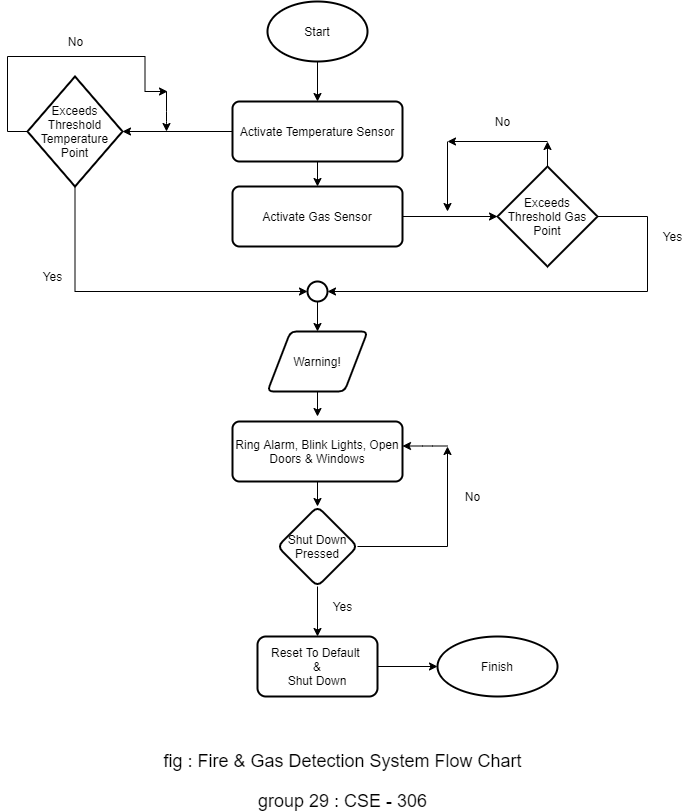
Earlier version of the draw.io export 306-flowdiagram.png (shadreza/CSE-306__Flame-GasDetectingSystem). Source tidied: cells renumbered, new cells last; positions are measured from the earlier drawing's top-left corner, leaving out a move shared by most shapes. Source of this version:
```xml
<mxGraphModel>
  <root>
    <mxCell id="0" />
    <mxCell id="1" parent="0" />
    <mxCell id="2" style="edgeStyle=orthogonalEdgeStyle;rounded=0;jettySize=auto;html=1;exitX=0.5;exitY=1;exitDx=0;exitDy=0;exitPerimeter=0;entryX=0.5;entryY=0;entryDx=0;entryDy=0;" parent="1" edge="1" source="3" target="6">
      <mxGeometry relative="1" as="geometry" />
    </mxCell>
    <mxCell id="3" value="Start" style="strokeWidth=2;html=1;shape=mxgraph.flowchart.start_1;whiteSpace=wrap;" parent="1" vertex="1">
      <mxGeometry x="240" width="100" height="60" as="geometry" />
    </mxCell>
    <mxCell id="4" style="edgeStyle=orthogonalEdgeStyle;rounded=0;jettySize=auto;html=1;exitX=0;exitY=0.5;exitDx=0;exitDy=0;entryX=1;entryY=0.5;entryDx=0;entryDy=0;entryPerimeter=0;" parent="1" edge="1" source="6" target="11">
      <mxGeometry relative="1" as="geometry" />
    </mxCell>
    <mxCell id="5" style="edgeStyle=orthogonalEdgeStyle;rounded=0;jettySize=auto;html=1;exitX=0.5;exitY=1;exitDx=0;exitDy=0;entryX=0.5;entryY=0;entryDx=0;entryDy=0;" parent="1" edge="1" source="6" target="8">
      <mxGeometry relative="1" as="geometry" />
    </mxCell>
    <mxCell id="6" value="Activate Temperature Sensor" style="rounded=1;whiteSpace=wrap;html=1;absoluteArcSize=1;arcSize=14;strokeWidth=2;" parent="1" vertex="1">
      <mxGeometry x="205" y="100" width="170" height="60" as="geometry" />
    </mxCell>
    <mxCell id="7" style="edgeStyle=orthogonalEdgeStyle;rounded=0;jettySize=auto;html=1;exitX=1;exitY=0.5;exitDx=0;exitDy=0;entryX=0;entryY=0.5;entryDx=0;entryDy=0;entryPerimeter=0;" parent="1" edge="1" source="8" target="14">
      <mxGeometry relative="1" as="geometry" />
    </mxCell>
    <mxCell id="8" value="Activate Gas Sensor" style="rounded=1;whiteSpace=wrap;html=1;absoluteArcSize=1;arcSize=14;strokeWidth=2;" parent="1" vertex="1">
      <mxGeometry x="205" y="185" width="170" height="60" as="geometry" />
    </mxCell>
    <mxCell id="9" style="edgeStyle=orthogonalEdgeStyle;rounded=0;jettySize=auto;html=1;exitX=0;exitY=0.5;exitDx=0;exitDy=0;exitPerimeter=0;" parent="1" edge="1" source="11">
      <mxGeometry relative="1" as="geometry">
        <mxPoint x="140" y="90" as="targetPoint" />
      </mxGeometry>
    </mxCell>
    <mxCell id="10" style="edgeStyle=orthogonalEdgeStyle;rounded=0;jettySize=auto;html=1;exitX=0.5;exitY=1;exitDx=0;exitDy=0;exitPerimeter=0;entryX=0;entryY=0.5;entryDx=0;entryDy=0;entryPerimeter=0;" parent="1" edge="1" source="11" target="33">
      <mxGeometry relative="1" as="geometry" />
    </mxCell>
    <mxCell id="11" value="Exceeds Threshold Temperature Point" style="strokeWidth=2;html=1;shape=mxgraph.flowchart.decision;whiteSpace=wrap;" parent="1" vertex="1">
      <mxGeometry y="75" width="95" height="110" as="geometry" />
    </mxCell>
    <mxCell id="12" style="edgeStyle=orthogonalEdgeStyle;rounded=0;jettySize=auto;html=1;exitX=1;exitY=0.5;exitDx=0;exitDy=0;exitPerimeter=0;entryX=1;entryY=0.5;entryDx=0;entryDy=0;entryPerimeter=0;" parent="1" edge="1" source="14" target="33">
      <mxGeometry relative="1" as="geometry">
        <Array as="points">
          <mxPoint x="620" y="215" />
          <mxPoint x="620" y="290" />
        </Array>
      </mxGeometry>
    </mxCell>
    <mxCell id="13" style="edgeStyle=orthogonalEdgeStyle;rounded=0;jettySize=auto;html=1;exitX=0.5;exitY=0;exitDx=0;exitDy=0;exitPerimeter=0;" parent="1" edge="1" source="14">
      <mxGeometry relative="1" as="geometry">
        <mxPoint x="520" y="140" as="targetPoint" />
      </mxGeometry>
    </mxCell>
    <mxCell id="14" value="&lt;span&gt;Exceeds Threshold Gas Point&lt;/span&gt;" style="strokeWidth=2;html=1;shape=mxgraph.flowchart.decision;whiteSpace=wrap;" parent="1" vertex="1">
      <mxGeometry x="470" y="165" width="100" height="100" as="geometry" />
    </mxCell>
    <mxCell id="15" value="No" style="text;html=1;align=center;verticalAlign=middle;strokeColor=none;" parent="1" vertex="1">
      <mxGeometry x="460" y="110" width="30" height="20" as="geometry" />
    </mxCell>
    <mxCell id="16" value="No" style="text;html=1;align=center;verticalAlign=middle;strokeColor=none;" parent="1" vertex="1">
      <mxGeometry x="32.5" y="30" width="30" height="20" as="geometry" />
    </mxCell>
    <mxCell id="17" style="edgeStyle=orthogonalEdgeStyle;rounded=0;jettySize=auto;html=1;exitX=0.5;exitY=1;exitDx=0;exitDy=0;entryX=0.5;entryY=0;entryDx=0;entryDy=0;" parent="1" edge="1" source="18">
      <mxGeometry relative="1" as="geometry">
        <mxPoint x="290" y="415" as="targetPoint" />
      </mxGeometry>
    </mxCell>
    <mxCell id="18" value="Warning!" style="shape=parallelogram;html=1;strokeWidth=2;perimeter=parallelogramPerimeter;whiteSpace=wrap;rounded=1;arcSize=12;size=0.23;" parent="1" vertex="1">
      <mxGeometry x="240" y="330" width="100" height="60" as="geometry" />
    </mxCell>
    <mxCell id="19" value="Yes" style="text;html=1;align=center;verticalAlign=middle;strokeColor=none;" parent="1" vertex="1">
      <mxGeometry x="10" y="265" width="30" height="20" as="geometry" />
    </mxCell>
    <mxCell id="20" value="Yes" style="text;html=1;align=center;verticalAlign=middle;strokeColor=none;" parent="1" vertex="1">
      <mxGeometry x="630" y="225" width="30" height="20" as="geometry" />
    </mxCell>
    <mxCell id="21" style="edgeStyle=orthogonalEdgeStyle;rounded=0;jettySize=auto;html=1;" parent="1" edge="1" target="25">
      <mxGeometry relative="1" as="geometry">
        <mxPoint x="290" y="475" as="sourcePoint" />
      </mxGeometry>
    </mxCell>
    <mxCell id="22" value="Ring Alarm, Blink Lights, Open Doors &amp;amp; Windows" style="rounded=1;whiteSpace=wrap;html=1;absoluteArcSize=1;arcSize=14;strokeWidth=2;" parent="1" vertex="1">
      <mxGeometry x="205" y="420" width="170" height="60" as="geometry" />
    </mxCell>
    <mxCell id="23" style="edgeStyle=orthogonalEdgeStyle;rounded=0;jettySize=auto;html=1;" parent="1" edge="1" source="25" target="29">
      <mxGeometry relative="1" as="geometry" />
    </mxCell>
    <mxCell id="24" style="edgeStyle=orthogonalEdgeStyle;rounded=0;jettySize=auto;html=1;exitX=1;exitY=0.5;exitDx=0;exitDy=0;" parent="1" edge="1" source="25">
      <mxGeometry relative="1" as="geometry">
        <mxPoint x="420" y="445" as="targetPoint" />
      </mxGeometry>
    </mxCell>
    <mxCell id="25" value="Shut Down Pressed" style="rhombus;whiteSpace=wrap;html=1;rounded=1;strokeWidth=2;arcSize=14;" parent="1" vertex="1">
      <mxGeometry x="250" y="505" width="80" height="80" as="geometry" />
    </mxCell>
    <mxCell id="26" value="Yes" style="text;html=1;align=center;verticalAlign=middle;strokeColor=none;" parent="1" vertex="1">
      <mxGeometry x="300" y="595" width="30" height="20" as="geometry" />
    </mxCell>
    <mxCell id="27" value="Finish" style="ellipse;whiteSpace=wrap;html=1;rounded=1;strokeWidth=2;arcSize=14;" parent="1" vertex="1">
      <mxGeometry x="410" y="635" width="120" height="60" as="geometry" />
    </mxCell>
    <mxCell id="28" style="edgeStyle=orthogonalEdgeStyle;rounded=0;jettySize=auto;html=1;entryX=0;entryY=0.5;entryDx=0;entryDy=0;" parent="1" edge="1" source="29" target="27">
      <mxGeometry relative="1" as="geometry" />
    </mxCell>
    <mxCell id="29" value="Reset To Default &lt;br&gt;&amp;amp;&lt;br&gt;Shut Down" style="whiteSpace=wrap;html=1;rounded=1;strokeWidth=2;arcSize=14;" parent="1" vertex="1">
      <mxGeometry x="230" y="635" width="120" height="60" as="geometry" />
    </mxCell>
    <mxCell id="30" style="endArrow=classic;html=1;" parent="1" edge="1">
      <mxGeometry relative="1" as="geometry">
        <mxPoint x="420" y="444.5" as="sourcePoint" />
        <mxPoint x="375" y="444.5" as="targetPoint" />
        <Array as="points">
          <mxPoint x="405" y="444.5" />
        </Array>
      </mxGeometry>
    </mxCell>
    <mxCell id="31" value="No" style="text;html=1;align=center;verticalAlign=middle;strokeColor=none;" parent="1" vertex="1">
      <mxGeometry x="430" y="485" width="30" height="20" as="geometry" />
    </mxCell>
    <mxCell id="32" style="edgeStyle=orthogonalEdgeStyle;rounded=0;jettySize=auto;html=1;exitX=0.5;exitY=1;exitDx=0;exitDy=0;exitPerimeter=0;entryX=0.5;entryY=0;entryDx=0;entryDy=0;" parent="1" edge="1" source="33" target="18">
      <mxGeometry relative="1" as="geometry" />
    </mxCell>
    <mxCell id="33" style="strokeWidth=2;html=1;shape=mxgraph.flowchart.start_2;whiteSpace=wrap;" parent="1" vertex="1">
      <mxGeometry x="280" y="280" width="20" height="20" as="geometry" />
    </mxCell>
    <mxCell id="34" value="&lt;font style=&quot;font-size: 18px&quot;&gt;fig : Fire &amp;amp; Gas Detection System Flow Chart&lt;/font&gt;" style="text;html=1;align=center;verticalAlign=middle;strokeColor=none;" parent="1" vertex="1">
      <mxGeometry x="130" y="750" width="370" height="20" as="geometry" />
    </mxCell>
    <mxCell id="35" value="&lt;font style=&quot;font-size: 18px&quot;&gt;group 29 : CSE - 306&lt;/font&gt;" style="text;html=1;align=center;verticalAlign=middle;strokeColor=none;" parent="1" vertex="1">
      <mxGeometry x="225" y="790" width="180" height="20" as="geometry" />
    </mxCell>
    <mxCell id="36" style="endArrow=classic;html=1;" parent="1" edge="1">
      <mxGeometry relative="1" as="geometry">
        <mxPoint x="520" y="140" as="sourcePoint" />
        <mxPoint x="420" y="140" as="targetPoint" />
        <Array as="points">
          <mxPoint x="420" y="140" />
        </Array>
      </mxGeometry>
    </mxCell>
    <mxCell id="37" style="endArrow=classic;html=1;" parent="1" edge="1">
      <mxGeometry relative="1" as="geometry">
        <mxPoint x="420" y="140" as="sourcePoint" />
        <mxPoint x="420" y="210" as="targetPoint" />
      </mxGeometry>
    </mxCell>
    <mxCell id="38" style="endArrow=classic;html=1;" parent="1" edge="1">
      <mxGeometry relative="1" as="geometry">
        <mxPoint x="139" y="90" as="sourcePoint" />
        <mxPoint x="139" y="130" as="targetPoint" />
        <Array as="points">
          <mxPoint x="139" y="120" />
        </Array>
      </mxGeometry>
    </mxCell>
  </root>
</mxGraphModel>
```
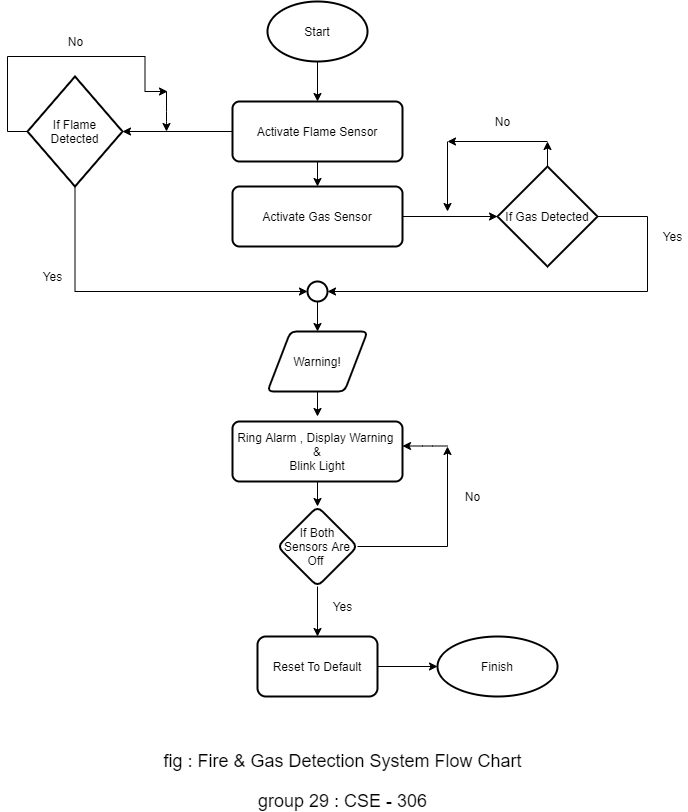
After the commit.

What changed in the source:
```diff
@@ -14,7 +14,7 @@
     <mxCell id="5" style="edgeStyle=orthogonalEdgeStyle;rounded=0;jettySize=auto;html=1;exitX=0.5;exitY=1;exitDx=0;exitDy=0;entryX=0.5;entryY=0;entryDx=0;entryDy=0;" parent="1" edge="1" source="6" target="8">
       <mxGeometry relative="1" as="geometry" />
     </mxCell>
-    <mxCell id="6" value="Activate Temperature Sensor" style="rounded=1;whiteSpace=wrap;html=1;absoluteArcSize=1;arcSize=14;strokeWidth=2;" parent="1" vertex="1">
+    <mxCell id="6" value="Activate Flame Sensor" style="rounded=1;whiteSpace=wrap;html=1;absoluteArcSize=1;arcSize=14;strokeWidth=2;" parent="1" vertex="1">
       <mxGeometry x="205" y="100" width="170" height="60" as="geometry" />
     </mxCell>
     <mxCell id="7" style="edgeStyle=orthogonalEdgeStyle;rounded=0;jettySize=auto;html=1;exitX=1;exitY=0.5;exitDx=0;exitDy=0;entryX=0;entryY=0.5;entryDx=0;entryDy=0;entryPerimeter=0;" parent="1" edge="1" source="8" target="14">
@@ -31,7 +31,7 @@
     <mxCell id="10" style="edgeStyle=orthogonalEdgeStyle;rounded=0;jettySize=auto;html=1;exitX=0.5;exitY=1;exitDx=0;exitDy=0;exitPerimeter=0;entryX=0;entryY=0.5;entryDx=0;entryDy=0;entryPerimeter=0;" parent="1" edge="1" source="11" target="33">
       <mxGeometry relative="1" as="geometry" />
     </mxCell>
-    <mxCell id="11" value="Exceeds Threshold Temperature Point" style="strokeWidth=2;html=1;shape=mxgraph.flowchart.decision;whiteSpace=wrap;" parent="1" vertex="1">
+    <mxCell id="11" value="If Flame Detected" style="strokeWidth=2;html=1;shape=mxgraph.flowchart.decision;whiteSpace=wrap;" parent="1" vertex="1">
       <mxGeometry y="75" width="95" height="110" as="geometry" />
     </mxCell>
     <mxCell id="12" style="edgeStyle=orthogonalEdgeStyle;rounded=0;jettySize=auto;html=1;exitX=1;exitY=0.5;exitDx=0;exitDy=0;exitPerimeter=0;entryX=1;entryY=0.5;entryDx=0;entryDy=0;entryPerimeter=0;" parent="1" edge="1" source="14" target="33">
@@ -47,7 +47,7 @@
         <mxPoint x="520" y="140" as="targetPoint" />
       </mxGeometry>
     </mxCell>
-    <mxCell id="14" value="&lt;span&gt;Exceeds Threshold Gas Point&lt;/span&gt;" style="strokeWidth=2;html=1;shape=mxgraph.flowchart.decision;whiteSpace=wrap;" parent="1" vertex="1">
+    <mxCell id="14" value="&lt;span&gt;If Gas Detected&lt;/span&gt;" style="strokeWidth=2;html=1;shape=mxgraph.flowchart.decision;whiteSpace=wrap;" parent="1" vertex="1">
       <mxGeometry x="470" y="165" width="100" height="100" as="geometry" />
     </mxCell>
     <mxCell id="15" value="No" style="text;html=1;align=center;verticalAlign=middle;strokeColor=none;" parent="1" vertex="1">
@@ -75,7 +75,7 @@
         <mxPoint x="290" y="475" as="sourcePoint" />
       </mxGeometry>
     </mxCell>
-    <mxCell id="22" value="Ring Alarm, Blink Lights, Open Doors &amp;amp; Windows" style="rounded=1;whiteSpace=wrap;html=1;absoluteArcSize=1;arcSize=14;strokeWidth=2;" parent="1" vertex="1">
+    <mxCell id="22" value="Ring Alarm , Display Warning &lt;br&gt;&amp;amp;&lt;br&gt;Blink Light" style="rounded=1;whiteSpace=wrap;html=1;absoluteArcSize=1;arcSize=14;strokeWidth=2;" parent="1" vertex="1">
       <mxGeometry x="205" y="420" width="170" height="60" as="geometry" />
     </mxCell>
     <mxCell id="23" style="edgeStyle=orthogonalEdgeStyle;rounded=0;jettySize=auto;html=1;" parent="1" edge="1" source="25" target="29">
@@ -86,7 +86,7 @@
         <mxPoint x="420" y="445" as="targetPoint" />
       </mxGeometry>
     </mxCell>
-    <mxCell id="25" value="Shut Down Pressed" style="rhombus;whiteSpace=wrap;html=1;rounded=1;strokeWidth=2;arcSize=14;" parent="1" vertex="1">
+    <mxCell id="25" value="If Both Sensors Are Off&amp;nbsp;" style="rhombus;whiteSpace=wrap;html=1;rounded=1;strokeWidth=2;arcSize=14;" parent="1" vertex="1">
       <mxGeometry x="250" y="505" width="80" height="80" as="geometry" />
     </mxCell>
     <mxCell id="26" value="Yes" style="text;html=1;align=center;verticalAlign=middle;strokeColor=none;" parent="1" vertex="1">
@@ -98,7 +98,7 @@
     <mxCell id="28" style="edgeStyle=orthogonalEdgeStyle;rounded=0;jettySize=auto;html=1;entryX=0;entryY=0.5;entryDx=0;entryDy=0;" parent="1" edge="1" source="29" target="27">
       <mxGeometry relative="1" as="geometry" />
     </mxCell>
-    <mxCell id="29" value="Reset To Default &lt;br&gt;&amp;amp;&lt;br&gt;Shut Down" style="whiteSpace=wrap;html=1;rounded=1;strokeWidth=2;arcSize=14;" parent="1" vertex="1">
+    <mxCell id="29" value="Reset To Default" style="whiteSpace=wrap;html=1;rounded=1;strokeWidth=2;arcSize=14;" parent="1" vertex="1">
       <mxGeometry x="230" y="635" width="120" height="60" as="geometry" />
     </mxCell>
     <mxCell id="30" style="endArrow=classic;html=1;" parent="1" edge="1">
```
